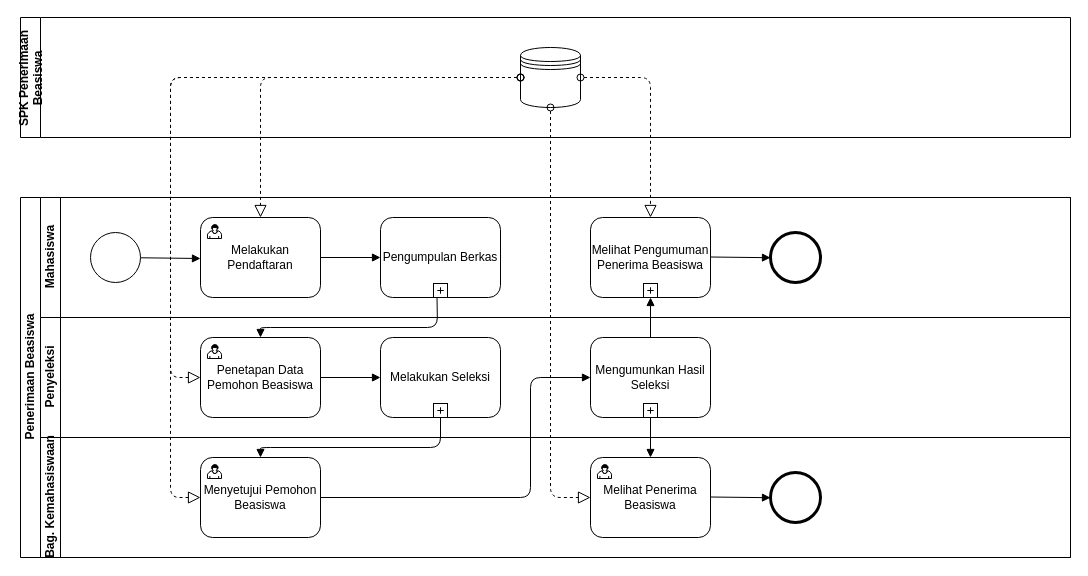
surya-b21/Draw.io keeps this draw.io diagram as BPMN dengan DSS.drawio. Above is the earlier version. Source tidied: cells renumbered, new cells numbered last; positions are measured from the earlier drawing's top-left corner, leaving out a move shared by most shapes. Both pictures are drawn from the tidied source at 100%, with x=0, y=0 at pixel (20, 17).
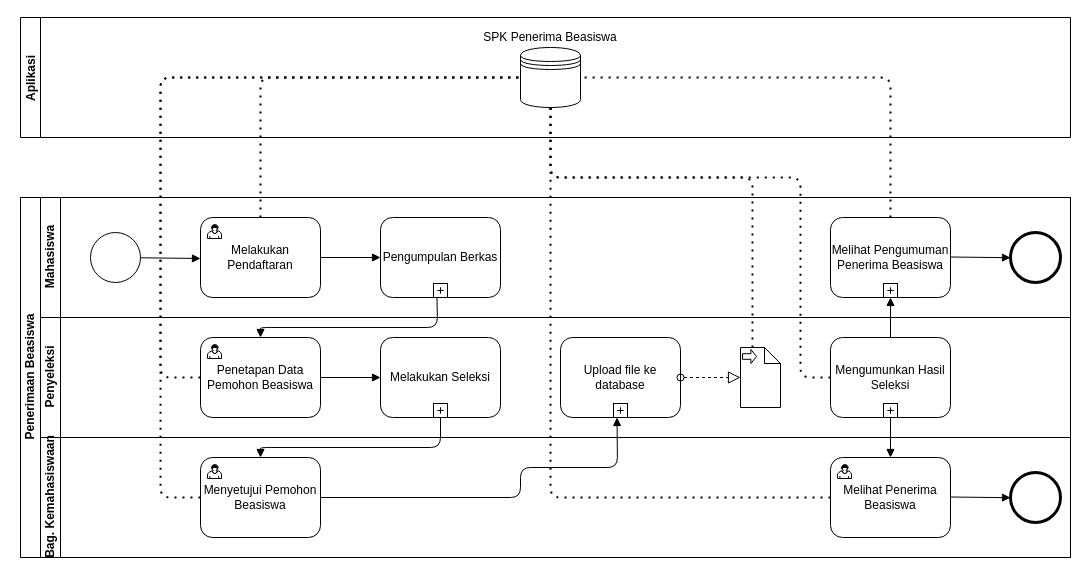
After the change.

The change refers to these unchanged cells:
```xml
<mxCell id="2" value="Penerimaan Beasiswa" style="swimlane;html=1;horizontal=0;startSize=20;" parent="1" vertex="1">
  <mxGeometry y="180" width="1050" height="360" as="geometry" />
</mxCell>
<mxCell id="3" value="Mahasiswa" style="swimlane;html=1;startSize=20;horizontal=0;" parent="2" vertex="1">
  <mxGeometry x="20" width="1030" height="120" as="geometry" />
</mxCell>
<mxCell id="6" value="Melakukan Pendaftaran" style="html=1;whiteSpace=wrap;rounded=1;" parent="3" vertex="1">
  <mxGeometry x="160" y="20" width="120" height="80" as="geometry" />
</mxCell>
<mxCell id="14" value="Penyeleksi" style="swimlane;html=1;startSize=20;horizontal=0;" parent="2" vertex="1">
  <mxGeometry x="20" y="120" width="1030" height="120" as="geometry" />
</mxCell>
<mxCell id="17" value="Penetapan Data Pemohon Beasiswa" style="html=1;whiteSpace=wrap;rounded=1;" parent="14" vertex="1">
  <mxGeometry x="160" y="20" width="120" height="80" as="geometry" />
</mxCell>
<mxCell id="22" value="Bag. Kemahasiswaan" style="swimlane;html=1;startSize=20;horizontal=0;" parent="2" vertex="1">
  <mxGeometry x="20" y="240" width="1030" height="120" as="geometry" />
</mxCell>
<mxCell id="23" value="Menyetujui Pemohon Beasiswa" style="html=1;whiteSpace=wrap;rounded=1;" parent="22" vertex="1">
  <mxGeometry x="160" y="20" width="120" height="80" as="geometry" />
</mxCell>
<mxCell id="35" style="shape=datastore;whiteSpace=wrap;html=1;" parent="34" vertex="1">
  <mxGeometry x="500" y="30" width="60" height="60" as="geometry" />
</mxCell>
```

The edit, as a diff of the source:
```diff
@@
     <mxCell id="4" style="endArrow=block;endFill=1;endSize=6;html=1;" parent="3" edge="1">
       <mxGeometry relative="1" as="geometry">
-        <mxPoint x="670" y="59.5" as="sourcePoint" />
-        <mxPoint x="730" y="60.2" as="targetPoint" />
+        <mxPoint x="910" y="59.5" as="sourcePoint" />
+        <mxPoint x="970" y="60.2" as="targetPoint" />
       </mxGeometry>
     </mxCell>
+    <mxCell id="11" value="Melihat Pengumuman Penerima Beasiswa" style="html=1;whiteSpace=wrap;rounded=1;" parent="3" vertex="1">
+      <mxGeometry x="790" y="20" width="120" height="80" as="geometry" />
+    </mxCell>
+    <mxCell id="12" style="html=1;shape=plus;" parent="11" vertex="1">
+      <mxGeometry x="0.5" y="1" width="14" height="14" relative="1" as="geometry">
+        <mxPoint x="-7" y="-14" as="offset" />
+      </mxGeometry>
+    </mxCell>
+    <mxCell id="13" style="shape=mxgraph.bpmn.shape;html=1;verticalLabelPosition=bottom;labelBackgroundColor=#ffffff;verticalAlign=top;align=center;perimeter=ellipsePerimeter;outline=end;symbol=general;" parent="3" vertex="1">
+      <mxGeometry x="970" y="35" width="50" height="50" as="geometry" />
+    </mxCell>
@@
-    <mxCell id="11" value="Melihat Pengumuman Penerima Beasiswa" style="html=1;whiteSpace=wrap;rounded=1;" parent="3" vertex="1">
-      <mxGeometry x="550" y="20" width="120" height="80" as="geometry" />
-    </mxCell>
-    <mxCell id="12" style="html=1;shape=plus;" parent="11" vertex="1">
-      <mxGeometry x="0.5" y="1" width="14" height="14" relative="1" as="geometry">
-        <mxPoint x="-7" y="-14" as="offset" />
-      </mxGeometry>
-    </mxCell>
-    <mxCell id="13" style="shape=mxgraph.bpmn.shape;html=1;verticalLabelPosition=bottom;labelBackgroundColor=#ffffff;verticalAlign=top;align=center;perimeter=ellipsePerimeter;outline=end;symbol=general;" parent="3" vertex="1">
-      <mxGeometry x="730" y="35" width="50" height="50" as="geometry" />
-    </mxCell>
@@
-    <mxCell id="15" value="Mengumunkan Hasil Seleksi" style="html=1;whiteSpace=wrap;rounded=1;" parent="14" vertex="1">
-      <mxGeometry x="550" y="20" width="120" height="80" as="geometry" />
-    </mxCell>
-    <mxCell id="16" style="html=1;shape=plus;" parent="15" vertex="1">
-      <mxGeometry x="0.5" y="1" width="14" height="14" relative="1" as="geometry">
-        <mxPoint x="-7" y="-14" as="offset" />
-      </mxGeometry>
-    </mxCell>
+    <mxCell id="42" value="Upload file ke database" style="html=1;whiteSpace=wrap;rounded=1;" parent="14" vertex="1">
+      <mxGeometry x="520" y="20" width="120" height="80" as="geometry" />
+    </mxCell>
+    <mxCell id="43" style="html=1;shape=plus;outlineConnect=0;" parent="42" vertex="1">
+      <mxGeometry x="0.5" y="1" width="14" height="14" relative="1" as="geometry">
+        <mxPoint x="-7" y="-14" as="offset" />
+      </mxGeometry>
+    </mxCell>
+    <mxCell id="44" style="shape=note;whiteSpace=wrap;size=16;html=1;" parent="14" vertex="1">
+      <mxGeometry x="700" y="30" width="40" height="60" as="geometry" />
+    </mxCell>
+    <mxCell id="45" style="html=1;shape=singleArrow;arrowWidth=0.4;arrowSize=0.4;" parent="44" vertex="1">
+      <mxGeometry width="14" height="14" relative="1" as="geometry">
+        <mxPoint x="2" y="2" as="offset" />
+      </mxGeometry>
+    </mxCell>
@@
+    <mxCell id="15" value="Mengumunkan Hasil Seleksi" style="html=1;whiteSpace=wrap;rounded=1;" parent="14" vertex="1">
+      <mxGeometry x="790" y="20" width="120" height="80" as="geometry" />
+    </mxCell>
+    <mxCell id="16" style="html=1;shape=plus;" parent="15" vertex="1">
+      <mxGeometry x="0.5" y="1" width="14" height="14" relative="1" as="geometry">
+        <mxPoint x="-7" y="-14" as="offset" />
+      </mxGeometry>
+    </mxCell>
+    <mxCell id="46" style="startArrow=oval;startFill=0;startSize=7;endArrow=block;endFill=0;endSize=10;dashed=1;html=1;exitX=1;exitY=0.5;exitDx=0;exitDy=0;entryX=0;entryY=0.5;entryDx=0;entryDy=0;entryPerimeter=0;" parent="14" edge="1" source="42" target="44">
+      <mxGeometry relative="1" as="geometry" />
+    </mxCell>
@@
+    <mxCell id="28" style="shape=mxgraph.bpmn.shape;html=1;verticalLabelPosition=bottom;labelBackgroundColor=#ffffff;verticalAlign=top;align=center;perimeter=ellipsePerimeter;outline=end;symbol=general;" parent="22" vertex="1">
+      <mxGeometry x="970" y="35" width="50" height="50" as="geometry" />
+    </mxCell>
     <mxCell id="25" value="Melihat Penerima Beasiswa" style="html=1;whiteSpace=wrap;rounded=1;" parent="22" vertex="1">
-      <mxGeometry x="550" y="20" width="120" height="80" as="geometry" />
+      <mxGeometry x="790" y="20" width="120" height="80" as="geometry" />
     </mxCell>
@@
     <mxCell id="27" style="endArrow=block;endFill=1;endSize=6;html=1;" parent="22" edge="1">
       <mxGeometry relative="1" as="geometry">
-        <mxPoint x="670" y="59.5" as="sourcePoint" />
-        <mxPoint x="730" y="60.2" as="targetPoint" />
+        <mxPoint x="910" y="59.5" as="sourcePoint" />
+        <mxPoint x="970" y="60.2" as="targetPoint" />
       </mxGeometry>
     </mxCell>
-    <mxCell id="28" style="shape=mxgraph.bpmn.shape;html=1;verticalLabelPosition=bottom;labelBackgroundColor=#ffffff;verticalAlign=top;align=center;perimeter=ellipsePerimeter;outline=end;symbol=general;" parent="22" vertex="1">
-      <mxGeometry x="730" y="35" width="50" height="50" as="geometry" />
-    </mxCell>
@@
-    <mxCell id="31" style="endArrow=block;endFill=1;endSize=6;html=1;exitX=1;exitY=0.5;exitDx=0;exitDy=0;entryX=0;entryY=0.5;entryDx=0;entryDy=0;" parent="2" edge="1" source="23" target="15">
-      <mxGeometry relative="1" as="geometry">
-        <Array as="points">
-          <mxPoint x="510" y="300" />
-          <mxPoint x="510" y="180" />
-        </Array>
-      </mxGeometry>
-    </mxCell>
@@
+    <mxCell id="47" style="endArrow=block;endFill=1;endSize=6;html=1;entryX=0.25;entryY=1;entryDx=0;entryDy=0;exitX=1;exitY=0.5;exitDx=0;exitDy=0;" parent="2" edge="1" source="23" target="43">
+      <mxGeometry relative="1" as="geometry">
+        <Array as="points">
+          <mxPoint x="500" y="300" />
+          <mxPoint x="500" y="270" />
+          <mxPoint x="597" y="270" />
+        </Array>
+      </mxGeometry>
+    </mxCell>
-    <mxCell id="34" value="SPK Penerimaan&#10;Beasiswa" style="swimlane;startSize=20;horizontal=0;" parent="1" vertex="1">
+    <mxCell id="34" value="Aplikasi" style="swimlane;startSize=20;horizontal=0;" parent="1" vertex="1">
       <mxGeometry width="1050" height="120" as="geometry" />
     </mxCell>
@@
-    <mxCell id="36" style="startArrow=oval;startFill=0;startSize=7;endArrow=block;endFill=0;endSize=10;dashed=1;html=1;exitX=0;exitY=0.5;exitDx=0;exitDy=0;entryX=0.5;entryY=0;entryDx=0;entryDy=0;" parent="1" edge="1" source="35" target="6">
-      <mxGeometry relative="1" as="geometry">
-        <Array as="points">
-          <mxPoint x="240" y="60" />
-        </Array>
-      </mxGeometry>
-    </mxCell>
+    <mxCell id="48" value="SPK Penerima Beasiswa" style="text;html=1;strokeColor=none;fillColor=none;align=center;verticalAlign=middle;whiteSpace=wrap;rounded=0;" parent="34" vertex="1">
+      <mxGeometry x="430" y="10" width="200" height="20" as="geometry" />
+    </mxCell>
@@
-    <mxCell id="38" style="startArrow=oval;startFill=0;startSize=7;endArrow=block;endFill=0;endSize=10;dashed=1;html=1;entryX=0;entryY=0.5;entryDx=0;entryDy=0;" parent="1" edge="1" target="17">
-      <mxGeometry relative="1" as="geometry">
-        <mxPoint x="500" y="60" as="sourcePoint" />
-        <Array as="points">
-          <mxPoint x="150" y="60" />
-          <mxPoint x="150" y="360" />
-        </Array>
-      </mxGeometry>
-    </mxCell>
-    <mxCell id="39" style="startArrow=oval;startFill=0;startSize=7;endArrow=block;endFill=0;endSize=10;dashed=1;html=1;entryX=0;entryY=0.5;entryDx=0;entryDy=0;" parent="1" edge="1" target="23">
-      <mxGeometry relative="1" as="geometry">
-        <mxPoint x="500" y="60" as="sourcePoint" />
-        <Array as="points">
-          <mxPoint x="150" y="60" />
-          <mxPoint x="150" y="480" />
-        </Array>
-      </mxGeometry>
-    </mxCell>
-    <mxCell id="40" style="startArrow=oval;startFill=0;startSize=7;endArrow=block;endFill=0;endSize=10;dashed=1;html=1;exitX=0.5;exitY=1;exitDx=0;exitDy=0;entryX=0;entryY=0.5;entryDx=0;entryDy=0;" parent="1" edge="1" source="35" target="25">
-      <mxGeometry relative="1" as="geometry">
-        <Array as="points">
-          <mxPoint x="530" y="480" />
-        </Array>
-      </mxGeometry>
-    </mxCell>
-    <mxCell id="41" style="startArrow=oval;startFill=0;startSize=7;endArrow=block;endFill=0;endSize=10;dashed=1;html=1;exitX=1;exitY=0.5;exitDx=0;exitDy=0;entryX=0.5;entryY=0;entryDx=0;entryDy=0;" parent="1" edge="1" source="35" target="11">
-      <mxGeometry relative="1" as="geometry">
-        <Array as="points">
-          <mxPoint x="630" y="60" />
-        </Array>
-      </mxGeometry>
-    </mxCell>
+    <mxCell id="49" style="endArrow=none;dashed=1;html=1;dashPattern=1 3;strokeWidth=2;entryX=0;entryY=0.5;entryDx=0;entryDy=0;exitX=0.5;exitY=0;exitDx=0;exitDy=0;" parent="1" edge="1" source="6" target="35">
+      <mxGeometry relative="1" as="geometry">
+        <Array as="points">
+          <mxPoint x="240" y="60" />
+        </Array>
+      </mxGeometry>
+    </mxCell>
+    <mxCell id="50" style="endArrow=none;dashed=1;html=1;dashPattern=1 3;strokeWidth=2;entryX=0;entryY=0.5;entryDx=0;entryDy=0;exitX=0;exitY=0.5;exitDx=0;exitDy=0;" parent="1" edge="1" source="17" target="35">
+      <mxGeometry relative="1" as="geometry">
+        <Array as="points">
+          <mxPoint x="140" y="360" />
+          <mxPoint x="140" y="60" />
+        </Array>
+      </mxGeometry>
+    </mxCell>
+    <mxCell id="51" style="endArrow=none;dashed=1;html=1;dashPattern=1 3;strokeWidth=2;entryX=0;entryY=0.5;entryDx=0;entryDy=0;exitX=0;exitY=0.5;exitDx=0;exitDy=0;" parent="1" edge="1" source="23" target="35">
+      <mxGeometry relative="1" as="geometry">
+        <Array as="points">
+          <mxPoint x="140" y="480" />
+          <mxPoint x="140" y="60" />
+        </Array>
+      </mxGeometry>
+    </mxCell>
+    <mxCell id="52" style="endArrow=none;dashed=1;html=1;dashPattern=1 3;strokeWidth=2;entryX=0.5;entryY=1;entryDx=0;entryDy=0;exitX=0;exitY=0.5;exitDx=0;exitDy=0;" parent="1" edge="1" source="25" target="35">
+      <mxGeometry relative="1" as="geometry">
+        <Array as="points">
+          <mxPoint x="530" y="480" />
+        </Array>
+      </mxGeometry>
+    </mxCell>
+    <mxCell id="53" style="endArrow=none;dashed=1;html=1;dashPattern=1 3;strokeWidth=2;exitX=0;exitY=0.5;exitDx=0;exitDy=0;" parent="1" edge="1" source="15">
+      <mxGeometry relative="1" as="geometry">
+        <mxPoint x="530" y="90" as="targetPoint" />
+        <Array as="points">
+          <mxPoint x="780" y="360" />
+          <mxPoint x="780" y="160" />
+          <mxPoint x="530" y="160" />
+        </Array>
+      </mxGeometry>
+    </mxCell>
+    <mxCell id="54" style="endArrow=none;dashed=1;html=1;dashPattern=1 3;strokeWidth=2;exitX=0;exitY=0;exitDx=12;exitDy=0;exitPerimeter=0;" parent="1" edge="1" source="44">
+      <mxGeometry relative="1" as="geometry">
+        <mxPoint x="530" y="90" as="targetPoint" />
+        <Array as="points">
+          <mxPoint x="732" y="160" />
+          <mxPoint x="530" y="160" />
+        </Array>
+      </mxGeometry>
+    </mxCell>
+    <mxCell id="55" style="endArrow=none;dashed=1;html=1;dashPattern=1 3;strokeWidth=2;entryX=1;entryY=0.5;entryDx=0;entryDy=0;exitX=0.5;exitY=0;exitDx=0;exitDy=0;" parent="1" edge="1" source="11" target="35">
+      <mxGeometry relative="1" as="geometry">
+        <Array as="points">
+          <mxPoint x="870" y="60" />
+        </Array>
+      </mxGeometry>
+    </mxCell>
```
